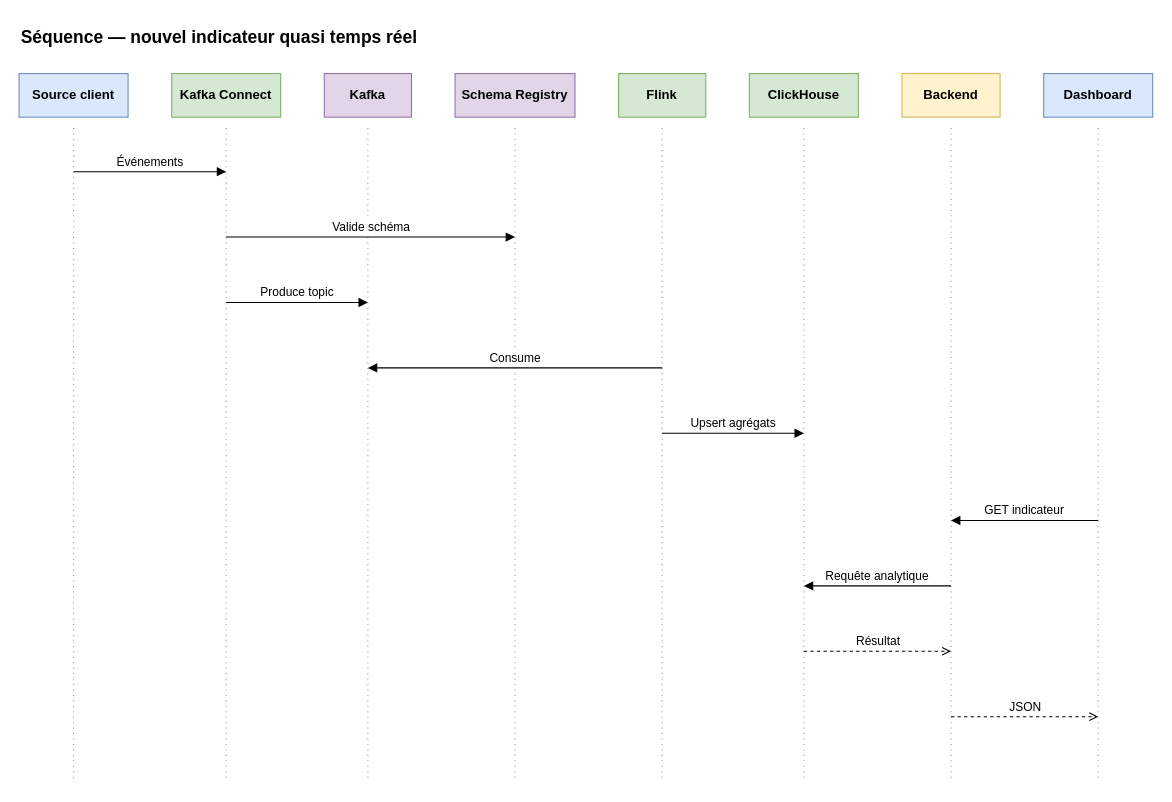
laurentcoufinal/projet12 keeps this draw.io diagram as projet/livrables/diagrams/06-sequence-indicateur-temps-reel.drawio. Above is the earlier version. Source tidied: cells renumbered, new cells numbered last; positions are measured from the earlier drawing's top-left corner, leaving out a move shared by most shapes. Both pictures are drawn from the tidied source at 109%, with x=0, y=0 at pixel (19, 19).
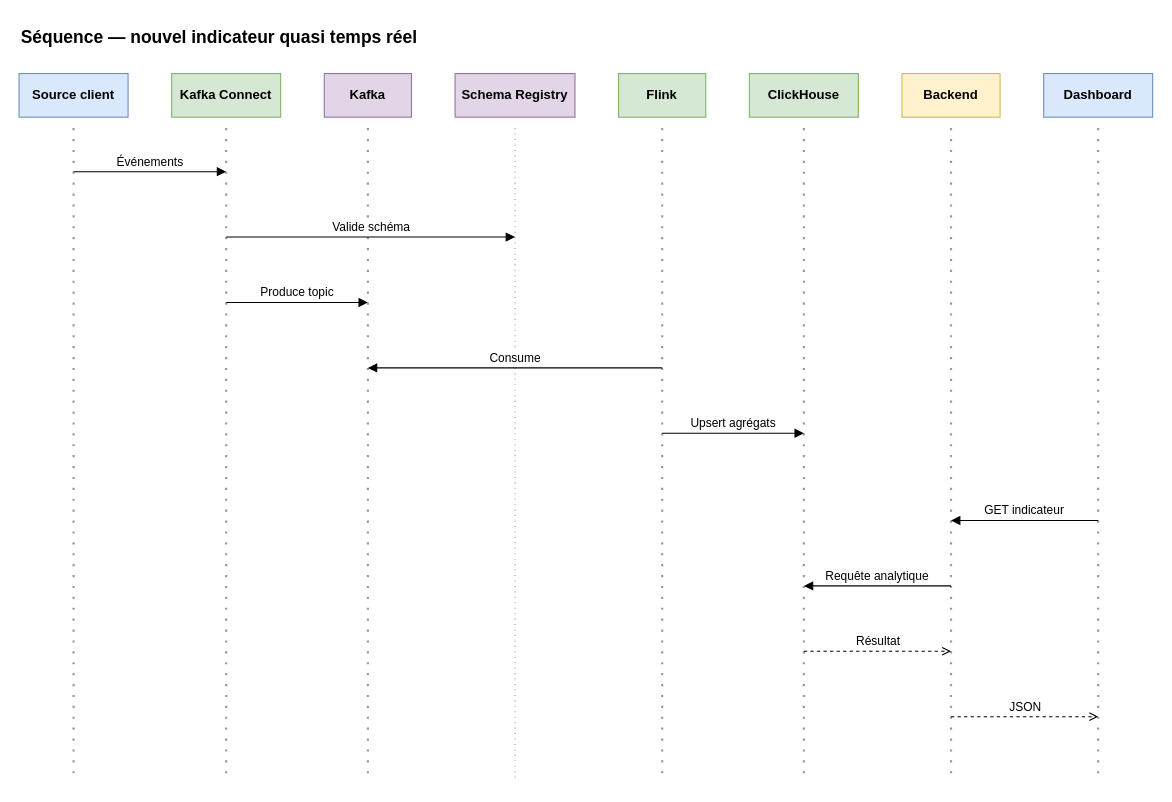
Above is the later version.

Diff of the diagram source:
```diff
@@
-    <mxCell id="11" style="endArrow=none;dashed=1;html=1;dashPattern=1 4;strokeWidth=1;strokeColor=#999999;" parent="1" edge="1">
+    <mxCell id="11" style="endArrow=none;dashed=1;html=1;dashPattern=1 4;strokeWidth=2;strokeColor=#999999;" parent="1" edge="1">
       <mxGeometry relative="1" as="geometry">
         <mxPoint x="50" y="100" as="sourcePoint" />
         <mxPoint x="50" y="700" as="targetPoint" />
       </mxGeometry>
     </mxCell>
-    <mxCell id="12" style="endArrow=none;dashed=1;html=1;dashPattern=1 4;strokeWidth=1;strokeColor=#999999;" parent="1" edge="1">
+    <mxCell id="12" style="endArrow=none;dashed=1;html=1;dashPattern=1 4;strokeWidth=2;strokeColor=#999999;" parent="1" edge="1">
       <mxGeometry relative="1" as="geometry">
         <mxPoint x="190" y="100" as="sourcePoint" />
         <mxPoint x="190" y="700" as="targetPoint" />
       </mxGeometry>
     </mxCell>
-    <mxCell id="13" style="endArrow=none;dashed=1;html=1;dashPattern=1 4;strokeWidth=1;strokeColor=#999999;" parent="1" edge="1">
+    <mxCell id="13" style="endArrow=none;dashed=1;html=1;dashPattern=1 4;strokeWidth=2;strokeColor=#999999;" parent="1" edge="1">
       <mxGeometry relative="1" as="geometry">
         <mxPoint x="320" y="100" as="sourcePoint" />
         <mxPoint x="320" y="700" as="targetPoint" />
       </mxGeometry>
     </mxCell>
@@
-    <mxCell id="15" style="endArrow=none;dashed=1;html=1;dashPattern=1 4;strokeWidth=1;strokeColor=#999999;" parent="1" edge="1">
+    <mxCell id="15" style="endArrow=none;dashed=1;html=1;dashPattern=1 4;strokeWidth=2;strokeColor=#999999;" parent="1" edge="1">
       <mxGeometry relative="1" as="geometry">
         <mxPoint x="590" y="100" as="sourcePoint" />
         <mxPoint x="590" y="700" as="targetPoint" />
       </mxGeometry>
     </mxCell>
-    <mxCell id="16" style="endArrow=none;dashed=1;html=1;dashPattern=1 4;strokeWidth=1;strokeColor=#999999;" parent="1" edge="1">
+    <mxCell id="16" style="endArrow=none;dashed=1;html=1;dashPattern=1 4;strokeWidth=2;strokeColor=#999999;" parent="1" edge="1">
       <mxGeometry relative="1" as="geometry">
         <mxPoint x="720" y="100" as="sourcePoint" />
         <mxPoint x="720" y="700" as="targetPoint" />
       </mxGeometry>
     </mxCell>
-    <mxCell id="17" style="endArrow=none;dashed=1;html=1;dashPattern=1 4;strokeWidth=1;strokeColor=#999999;" parent="1" edge="1">
+    <mxCell id="17" style="endArrow=none;dashed=1;html=1;dashPattern=1 4;strokeWidth=2;strokeColor=#999999;" parent="1" edge="1">
       <mxGeometry relative="1" as="geometry">
         <mxPoint x="855" y="100" as="sourcePoint" />
         <mxPoint x="855" y="700" as="targetPoint" />
       </mxGeometry>
     </mxCell>
-    <mxCell id="18" style="endArrow=none;dashed=1;html=1;dashPattern=1 4;strokeWidth=1;strokeColor=#999999;" parent="1" edge="1">
+    <mxCell id="18" style="endArrow=none;dashed=1;html=1;dashPattern=1 4;strokeWidth=2;strokeColor=#999999;" parent="1" edge="1">
       <mxGeometry relative="1" as="geometry">
         <mxPoint x="990" y="100" as="sourcePoint" />
         <mxPoint x="990" y="700" as="targetPoint" />
       </mxGeometry>
     </mxCell>
```
